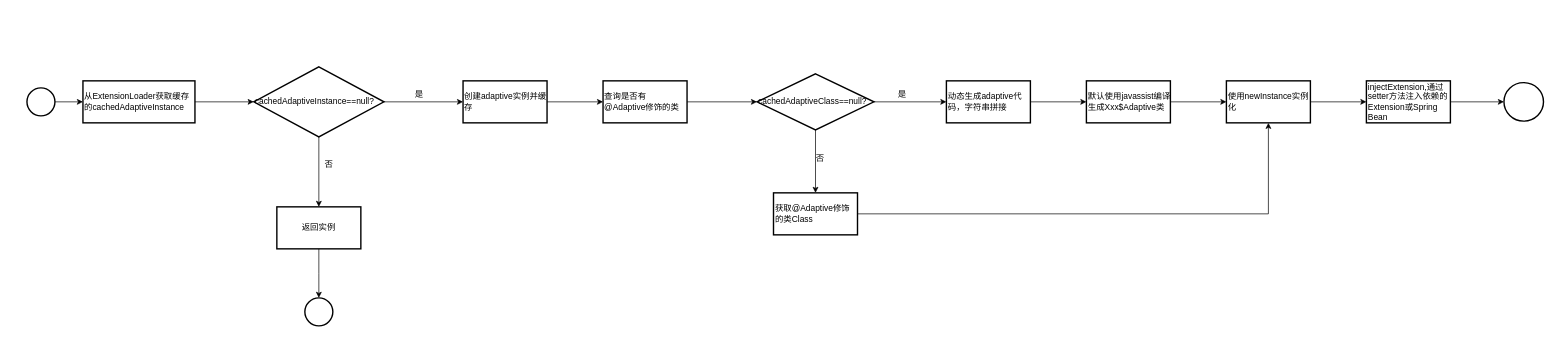
npvip/StudyNote keeps this draw.io diagram as img/@Adaptive.drawio. Above is the earlier version. Source tidied: cells renumbered, new cells numbered last; positions are measured from the earlier drawing's top-left corner, leaving out a move shared by most shapes. Both pictures are drawn from the tidied source at 70%, with x=0, y=0 at pixel (27, 66).
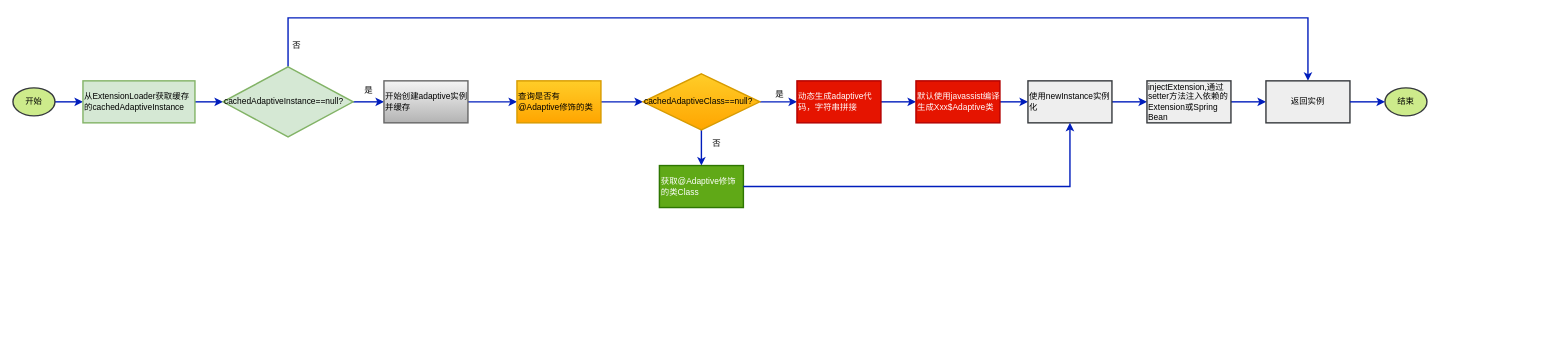
Above is the later version.

What changed in the source:
```diff
@@
-    <mxCell id="2" style="edgeStyle=orthogonalEdgeStyle;rounded=0;jettySize=auto;html=1;" parent="1" edge="1" source="3" target="5">
+    <mxCell id="2" style="edgeStyle=orthogonalEdgeStyle;rounded=0;jettySize=auto;html=1;strokeWidth=2;fillColor=#0050ef;strokeColor=#001DBC;" parent="1" edge="1" source="3" target="5">
       <mxGeometry relative="1" as="geometry" />
     </mxCell>
-    <mxCell id="3" style="strokeWidth=2;html=1;shape=mxgraph.flowchart.start_2;whiteSpace=wrap;" parent="1" vertex="1">
-      <mxGeometry y="30" width="40" height="40" as="geometry" />
+    <mxCell id="3" value="开始" style="strokeWidth=2;html=1;shape=mxgraph.flowchart.start_2;whiteSpace=wrap;fillColor=#cdeb8b;strokeColor=#36393d;" parent="1" vertex="1">
+      <mxGeometry x="-20" y="30" width="60" height="40" as="geometry" />
     </mxCell>
-    <mxCell id="4" style="edgeStyle=orthogonalEdgeStyle;rounded=0;jettySize=auto;html=1;" parent="1" edge="1" source="5" target="8">
+    <mxCell id="4" style="edgeStyle=orthogonalEdgeStyle;rounded=0;jettySize=auto;html=1;strokeWidth=2;fillColor=#0050ef;strokeColor=#001DBC;" parent="1" edge="1" source="5" target="8">
       <mxGeometry relative="1" as="geometry" />
     </mxCell>
-    <mxCell id="5" value="从ExtensionLoader获取缓存的cachedAdaptiveInstance" style="whiteSpace=wrap;html=1;strokeWidth=2;align=left;" parent="1" vertex="1">
+    <mxCell id="5" value="从ExtensionLoader获取缓存的cachedAdaptiveInstance" style="whiteSpace=wrap;html=1;strokeWidth=2;align=left;fillColor=#d5e8d4;strokeColor=#82b366;" parent="1" vertex="1">
       <mxGeometry x="80" y="20" width="160" height="60" as="geometry" />
     </mxCell>
-    <mxCell id="6" style="edgeStyle=orthogonalEdgeStyle;rounded=0;jettySize=auto;html=1;" parent="1" edge="1" source="8" target="10">
+    <mxCell id="6" style="edgeStyle=orthogonalEdgeStyle;rounded=0;jettySize=auto;html=1;strokeWidth=2;fillColor=#0050ef;strokeColor=#001DBC;" parent="1" edge="1" source="8" target="10">
       <mxGeometry relative="1" as="geometry" />
     </mxCell>
-    <mxCell id="7" style="edgeStyle=orthogonalEdgeStyle;rounded=0;jettySize=auto;html=1;" parent="1" edge="1" source="8" target="26">
-      <mxGeometry relative="1" as="geometry" />
+    <mxCell id="7" style="edgeStyle=orthogonalEdgeStyle;rounded=0;jettySize=auto;html=1;entryX=0.5;entryY=0;entryDx=0;entryDy=0;exitX=0.5;exitY=0;exitDx=0;exitDy=0;strokeWidth=2;fillColor=#0050ef;strokeColor=#001DBC;" parent="1" edge="1" source="8" target="26">
+      <mxGeometry relative="1" as="geometry">
+        <Array as="points">
+          <mxPoint x="373" y="-70" />
+          <mxPoint x="1830" y="-70" />
+        </Array>
+      </mxGeometry>
     </mxCell>
-    <mxCell id="8" value="&lt;span&gt;cachedAdaptiveInstance==null?&lt;/span&gt;" style="rhombus;whiteSpace=wrap;html=1;align=left;strokeWidth=2;" parent="1" vertex="1">
-      <mxGeometry x="324" width="186" height="100" as="geometry" />
+    <mxCell id="8" value="&lt;span&gt;cachedAdaptiveInstance==null?&lt;/span&gt;" style="rhombus;whiteSpace=wrap;html=1;align=left;strokeWidth=2;fillColor=#d5e8d4;strokeColor=#82b366;" parent="1" vertex="1">
+      <mxGeometry x="280" width="186" height="100" as="geometry" />
     </mxCell>
-    <mxCell id="9" style="edgeStyle=orthogonalEdgeStyle;rounded=0;jettySize=auto;html=1;" parent="1" edge="1" source="10" target="12">
+    <mxCell id="9" style="edgeStyle=orthogonalEdgeStyle;rounded=0;jettySize=auto;html=1;fillColor=#0050ef;strokeColor=#001DBC;strokeWidth=2;" parent="1" edge="1" source="10" target="12">
       <mxGeometry relative="1" as="geometry" />
     </mxCell>
-    <mxCell id="10" value="创建adaptive实例并缓存" style="whiteSpace=wrap;html=1;align=left;strokeWidth=2;" parent="1" vertex="1">
-      <mxGeometry x="623" y="20" width="120" height="60" as="geometry" />
+    <mxCell id="10" value="开始创建adaptive实例并缓存" style="whiteSpace=wrap;html=1;align=left;strokeWidth=2;fillColor=#f5f5f5;strokeColor=#666666;gradientColor=#b3b3b3;" parent="1" vertex="1">
+      <mxGeometry x="510" y="20" width="120" height="60" as="geometry" />
     </mxCell>
-    <mxCell id="11" style="edgeStyle=orthogonalEdgeStyle;rounded=0;jettySize=auto;html=1;" parent="1" edge="1" source="12" target="15">
+    <mxCell id="11" style="edgeStyle=orthogonalEdgeStyle;rounded=0;jettySize=auto;html=1;fillColor=#0050ef;strokeColor=#001DBC;strokeWidth=2;" parent="1" edge="1" source="12" target="15">
       <mxGeometry relative="1" as="geometry" />
     </mxCell>
-    <mxCell id="12" value="查询是否有@Adaptive修饰的类" style="whiteSpace=wrap;html=1;align=left;strokeWidth=2;" parent="1" vertex="1">
-      <mxGeometry x="823" y="20" width="120" height="60" as="geometry" />
+    <mxCell id="12" value="查询是否有@Adaptive修饰的类" style="whiteSpace=wrap;html=1;align=left;strokeWidth=2;gradientColor=#ffa500;fillColor=#ffcd28;strokeColor=#d79b00;" parent="1" vertex="1">
+      <mxGeometry x="700" y="20" width="120" height="60" as="geometry" />
     </mxCell>
-    <mxCell id="13" style="edgeStyle=orthogonalEdgeStyle;rounded=0;jettySize=auto;html=1;" parent="1" edge="1" source="15" target="17">
+    <mxCell id="13" style="edgeStyle=orthogonalEdgeStyle;rounded=0;jettySize=auto;html=1;fillColor=#0050ef;strokeColor=#001DBC;strokeWidth=2;" parent="1" edge="1" source="15" target="17">
       <mxGeometry relative="1" as="geometry" />
     </mxCell>
-    <mxCell id="14" style="edgeStyle=orthogonalEdgeStyle;rounded=0;jettySize=auto;html=1;" parent="1" edge="1" source="15" target="31">
+    <mxCell id="14" style="edgeStyle=orthogonalEdgeStyle;rounded=0;jettySize=auto;html=1;strokeWidth=2;fillColor=#0050ef;strokeColor=#001DBC;" parent="1" edge="1" source="15" target="31">
       <mxGeometry relative="1" as="geometry" />
     </mxCell>
-    <mxCell id="15" value="cachedAdaptiveClass==null?" style="rhombus;whiteSpace=wrap;html=1;align=left;strokeWidth=2;" parent="1" vertex="1">
-      <mxGeometry x="1043" y="10" width="167" height="80" as="geometry" />
+    <mxCell id="15" value="cachedAdaptiveClass==null?" style="rhombus;whiteSpace=wrap;html=1;align=left;strokeWidth=2;gradientColor=#ffa500;fillColor=#ffcd28;strokeColor=#d79b00;" parent="1" vertex="1">
+      <mxGeometry x="880" y="10" width="167" height="80" as="geometry" />
     </mxCell>
-    <mxCell id="16" style="edgeStyle=orthogonalEdgeStyle;rounded=0;jettySize=auto;html=1;" parent="1" edge="1" source="17" target="19">
+    <mxCell id="16" style="edgeStyle=orthogonalEdgeStyle;rounded=0;jettySize=auto;html=1;strokeWidth=2;fillColor=#0050ef;strokeColor=#001DBC;" parent="1" edge="1" source="17" target="19">
       <mxGeometry relative="1" as="geometry" />
     </mxCell>
-    <mxCell id="17" value="动态生成adaptive代码，字符串拼接" style="whiteSpace=wrap;html=1;align=left;strokeWidth=2;" parent="1" vertex="1">
-      <mxGeometry x="1313.5" y="20" width="120" height="60" as="geometry" />
+    <mxCell id="17" value="动态生成adaptive代码，字符串拼接" style="whiteSpace=wrap;html=1;align=left;strokeWidth=2;fillColor=#e51400;strokeColor=#B20000;fontColor=#ffffff;" parent="1" vertex="1">
+      <mxGeometry x="1100" y="20" width="120" height="60" as="geometry" />
     </mxCell>
-    <mxCell id="18" style="edgeStyle=orthogonalEdgeStyle;rounded=0;jettySize=auto;html=1;" parent="1" edge="1" source="19" target="21">
+    <mxCell id="18" style="edgeStyle=orthogonalEdgeStyle;rounded=0;jettySize=auto;html=1;strokeWidth=2;fillColor=#0050ef;strokeColor=#001DBC;" parent="1" edge="1" source="19" target="21">
       <mxGeometry relative="1" as="geometry" />
     </mxCell>
-    <mxCell id="19" value="默认使用javassist编译生成Xxx$Adaptive类" style="whiteSpace=wrap;html=1;align=left;strokeWidth=2;" parent="1" vertex="1">
-      <mxGeometry x="1513.5" y="20" width="120" height="60" as="geometry" />
+    <mxCell id="19" value="默认使用javassist编译生成Xxx$Adaptive类" style="whiteSpace=wrap;html=1;align=left;strokeWidth=2;fillColor=#e51400;strokeColor=#B20000;fontColor=#ffffff;" parent="1" vertex="1">
+      <mxGeometry x="1270" y="20" width="120" height="60" as="geometry" />
     </mxCell>
-    <mxCell id="20" style="edgeStyle=orthogonalEdgeStyle;rounded=0;jettySize=auto;html=1;" parent="1" edge="1" source="21" target="23">
+    <mxCell id="20" style="edgeStyle=orthogonalEdgeStyle;rounded=0;jettySize=auto;html=1;strokeWidth=2;fillColor=#0050ef;strokeColor=#001DBC;" parent="1" edge="1" source="21" target="23">
       <mxGeometry relative="1" as="geometry" />
     </mxCell>
-    <mxCell id="21" value="使用newInstance实例化" style="whiteSpace=wrap;html=1;align=left;strokeWidth=2;" parent="1" vertex="1">
-      <mxGeometry x="1713.5" y="20" width="120" height="60" as="geometry" />
+    <mxCell id="21" value="使用newInstance实例化" style="whiteSpace=wrap;html=1;align=left;strokeWidth=2;fillColor=#eeeeee;strokeColor=#36393d;" parent="1" vertex="1">
+      <mxGeometry x="1430" y="20" width="120" height="60" as="geometry" />
     </mxCell>
-    <mxCell id="22" style="edgeStyle=orthogonalEdgeStyle;rounded=0;jettySize=auto;html=1;" parent="1" edge="1" source="23" target="24">
-      <mxGeometry relative="1" as="geometry" />
-    </mxCell>
+    <mxCell id="34" style="edgeStyle=orthogonalEdgeStyle;rounded=0;jettySize=auto;html=1;strokeWidth=2;fillColor=#0050ef;strokeColor=#001DBC;" parent="1" edge="1" source="23" target="26">
+      <mxGeometry relative="1" as="geometry" />
+    </mxCell>
-    <mxCell id="23" value="injectExtension,通过setter方法注入依赖的Extension或Spring Bean" style="whiteSpace=wrap;html=1;align=left;strokeWidth=2;" parent="1" vertex="1">
-      <mxGeometry x="1913.5" y="20" width="120" height="60" as="geometry" />
+    <mxCell id="23" value="injectExtension,通过setter方法注入依赖的Extension或Spring Bean" style="whiteSpace=wrap;html=1;align=left;strokeWidth=2;fillColor=#eeeeee;strokeColor=#36393d;" parent="1" vertex="1">
+      <mxGeometry x="1600" y="20" width="120" height="60" as="geometry" />
     </mxCell>
-    <mxCell id="24" style="ellipse;whiteSpace=wrap;html=1;align=left;strokeWidth=2;" parent="1" vertex="1">
-      <mxGeometry x="2110" y="22.5" width="56.5" height="55" as="geometry" />
-    </mxCell>
-    <mxCell id="25" style="edgeStyle=orthogonalEdgeStyle;rounded=0;jettySize=auto;html=1;" parent="1" edge="1" source="26">
-      <mxGeometry relative="1" as="geometry">
-        <mxPoint x="417" y="330" as="targetPoint" />
-      </mxGeometry>
-    </mxCell>
-    <mxCell id="26" value="返回实例" style="whiteSpace=wrap;html=1;align=center;strokeWidth=2;" parent="1" vertex="1">
-      <mxGeometry x="357" y="200" width="120" height="60" as="geometry" />
-    </mxCell>
-    <mxCell id="27" style="strokeWidth=2;html=1;shape=mxgraph.flowchart.start_2;whiteSpace=wrap;" parent="1" vertex="1">
-      <mxGeometry x="397" y="330" width="40" height="40" as="geometry" />
-    </mxCell>
     <mxCell id="28" value="是" style="text;html=1;align=center;verticalAlign=middle;" parent="1" vertex="1">
-      <mxGeometry x="545" y="30" width="30" height="20" as="geometry" />
+      <mxGeometry x="473" y="24" width="30" height="20" as="geometry" />
     </mxCell>
-    <mxCell id="29" value="否" style="text;html=1;align=center;verticalAlign=middle;" parent="1" vertex="1">
-      <mxGeometry x="416" y="130" width="30" height="20" as="geometry" />
-    </mxCell>
     <mxCell id="30" value="是" style="text;html=1;align=center;verticalAlign=middle;" parent="1" vertex="1">
-      <mxGeometry x="1235" y="30" width="30" height="20" as="geometry" />
+      <mxGeometry x="1060" y="30" width="30" height="20" as="geometry" />
     </mxCell>
-    <mxCell id="31" value="获取@Adaptive修饰的类Class" style="whiteSpace=wrap;html=1;align=left;strokeWidth=2;" parent="1" vertex="1">
-      <mxGeometry x="1066.5" y="180" width="120" height="60" as="geometry" />
+    <mxCell id="31" value="获取@Adaptive修饰的类Class" style="whiteSpace=wrap;html=1;align=left;strokeWidth=2;fillColor=#60a917;strokeColor=#2D7600;fontColor=#ffffff;" parent="1" vertex="1">
+      <mxGeometry x="903.5" y="141" width="120" height="60" as="geometry" />
     </mxCell>
-    <mxCell id="32" style="edgeStyle=orthogonalEdgeStyle;rounded=0;jettySize=auto;html=1;exitX=1;exitY=0.5;exitDx=0;exitDy=0;" parent="1" edge="1" source="31" target="21">
+    <mxCell id="32" style="edgeStyle=orthogonalEdgeStyle;rounded=0;jettySize=auto;html=1;exitX=1;exitY=0.5;exitDx=0;exitDy=0;fillColor=#0050ef;strokeColor=#001DBC;strokeWidth=2;" parent="1" edge="1" source="31" target="21">
       <mxGeometry relative="1" as="geometry" />
     </mxCell>
     <mxCell id="33" value="否" style="text;html=1;align=center;verticalAlign=middle;" parent="1" vertex="1">
-      <mxGeometry x="1118" y="121" width="30" height="20" as="geometry" />
+      <mxGeometry x="970" y="100" width="30" height="20" as="geometry" />
     </mxCell>
+    <mxCell id="26" value="&lt;span style=&quot;&quot;&gt;返回实例&lt;/span&gt;" style="whiteSpace=wrap;html=1;align=center;strokeWidth=2;fillColor=#eeeeee;strokeColor=#36393d;" parent="1" vertex="1">
+      <mxGeometry x="1770" y="20" width="120" height="60" as="geometry" />
+    </mxCell>
+    <mxCell id="29" value="否" style="text;html=1;align=center;verticalAlign=middle;" parent="1" vertex="1">
+      <mxGeometry x="370" y="-40" width="30" height="20" as="geometry" />
+    </mxCell>
+    <mxCell id="35" value="结束" style="strokeWidth=2;html=1;shape=mxgraph.flowchart.start_2;whiteSpace=wrap;fillColor=#cdeb8b;strokeColor=#36393d;" parent="1" vertex="1">
+      <mxGeometry x="1940" y="30" width="60" height="40" as="geometry" />
+    </mxCell>
+    <mxCell id="36" style="edgeStyle=orthogonalEdgeStyle;rounded=0;jettySize=auto;html=1;strokeWidth=2;fillColor=#0050ef;strokeColor=#001DBC;" parent="1" edge="1" source="26" target="35">
+      <mxGeometry relative="1" as="geometry" />
+    </mxCell>
```
